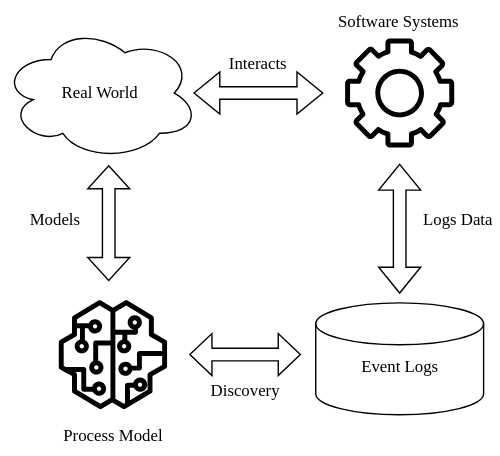
The draw.io diagram figure_generation/figures/general_pm_fig.drawio.svg in jaxels20/GNN-proces-discovery, before a commit. Source tidied: cells renumbered, new cells last; positions are measured from the earlier drawing's top-left corner, leaving out a move shared by most shapes. The source it was exported from:
```xml
<mxGraphModel background="#FFFFFF">
  <root>
    <mxCell id="0" />
    <mxCell id="1" parent="0" />
    <mxCell id="2" style="ellipse;shape=cloud;whiteSpace=wrap;html=1;fillColor=none;strokeColor=#000000;fontColor=#FFFFFF;" parent="1" vertex="1">
      <mxGeometry x="-0.5" y="18" width="141" height="96" as="geometry" />
    </mxCell>
    <mxCell id="3" style="shape=cylinder3;whiteSpace=wrap;html=1;boundedLbl=1;backgroundOutline=1;size=15;fillColor=#FFFFFF;strokeColor=#000000;" parent="1" vertex="1">
      <mxGeometry x="224" y="216" width="120" height="80" as="geometry" />
    </mxCell>
    <mxCell id="4" value="Real World" style="text;html=1;align=center;verticalAlign=middle;whiteSpace=wrap;rounded=0;fontColor=#000000;fontFamily=Times New Roman;" parent="1" vertex="1">
      <mxGeometry x="35" y="51" width="70" height="30" as="geometry" />
    </mxCell>
    <mxCell id="5" value="&lt;font&gt;Software Systems&lt;/font&gt;" style="text;html=1;align=center;verticalAlign=middle;whiteSpace=wrap;rounded=0;strokeColor=none;fontColor=#000000;fontFamily=Times New Roman;" parent="1" vertex="1">
      <mxGeometry x="237" width="93" height="30" as="geometry" />
    </mxCell>
    <mxCell id="6" value="Event Logs" style="text;html=1;align=center;verticalAlign=middle;whiteSpace=wrap;rounded=0;fontColor=#000000;fontFamily=Times New Roman;" parent="1" vertex="1">
      <mxGeometry x="248.5" y="247" width="71" height="30" as="geometry" />
    </mxCell>
    <mxCell id="7" style="sketch=0;fontColor=#232F3E;gradientColor=none;fillColor=#000000;strokeColor=#000000;dashed=0;verticalLabelPosition=bottom;verticalAlign=top;align=center;html=1;fontSize=12;fontStyle=0;shape=mxgraph.aws4.gear;" parent="1" vertex="1">
      <mxGeometry x="245" y="27" width="78" height="78" as="geometry" />
    </mxCell>
    <mxCell id="8" style="sketch=0;fontColor=#232F3E;gradientColor=none;fillColor=#000000;strokeColor=none;dashed=0;verticalLabelPosition=bottom;verticalAlign=top;align=center;html=1;fontSize=12;fontStyle=0;shape=mxgraph.aws4.sagemaker_model;" parent="1" vertex="1">
      <mxGeometry x="40" y="214" width="78" height="78" as="geometry" />
    </mxCell>
    <mxCell id="9" value="Process Model" style="text;html=1;align=center;verticalAlign=middle;whiteSpace=wrap;rounded=0;fontColor=#000000;fontFamily=Times New Roman;" parent="1" vertex="1">
      <mxGeometry x="31.5" y="296" width="95" height="30" as="geometry" />
    </mxCell>
    <mxCell id="10" value="Interacts" style="text;html=1;align=center;verticalAlign=middle;whiteSpace=wrap;rounded=0;fontColor=#000000;fontFamily=Times New Roman;" parent="1" vertex="1">
      <mxGeometry x="153" y="30" width="60" height="30" as="geometry" />
    </mxCell>
    <mxCell id="11" style="shape=doubleArrow;whiteSpace=wrap;html=1;fillColor=none;strokeColor=#000000;" parent="1" vertex="1">
      <mxGeometry x="137" y="51" width="92" height="30" as="geometry" />
    </mxCell>
    <mxCell id="12" style="shape=doubleArrow;whiteSpace=wrap;html=1;rotation=90;" parent="1" vertex="1">
      <mxGeometry x="238" y="148" width="92" height="30" as="geometry" />
    </mxCell>
    <mxCell id="13" style="shape=doubleArrow;whiteSpace=wrap;html=1;" parent="1" vertex="1">
      <mxGeometry x="134" y="238" width="79" height="30" as="geometry" />
    </mxCell>
    <mxCell id="14" style="shape=doubleArrow;whiteSpace=wrap;html=1;rotation=90;" parent="1" vertex="1">
      <mxGeometry x="35" y="144" width="82" height="30" as="geometry" />
    </mxCell>
    <mxCell id="15" value="Logs Data" style="text;html=1;align=center;verticalAlign=middle;whiteSpace=wrap;rounded=0;fontColor=#000000;rotation=0;fontFamily=Times New Roman;" parent="1" vertex="1">
      <mxGeometry x="296" y="142" width="60" height="30" as="geometry" />
    </mxCell>
    <mxCell id="16" value="Discovery" style="text;html=1;align=center;verticalAlign=middle;whiteSpace=wrap;rounded=0;fontColor=#000000;fontFamily=Times New Roman;" parent="1" vertex="1">
      <mxGeometry x="143.5" y="264" width="60" height="30" as="geometry" />
    </mxCell>
    <mxCell id="17" value="Models" style="text;html=1;align=center;verticalAlign=middle;whiteSpace=wrap;rounded=0;fontColor=#000000;fontFamily=Times New Roman;" parent="1" vertex="1">
      <mxGeometry x="8" y="142" width="60" height="30" as="geometry" />
    </mxCell>
  </root>
</mxGraphModel>
```
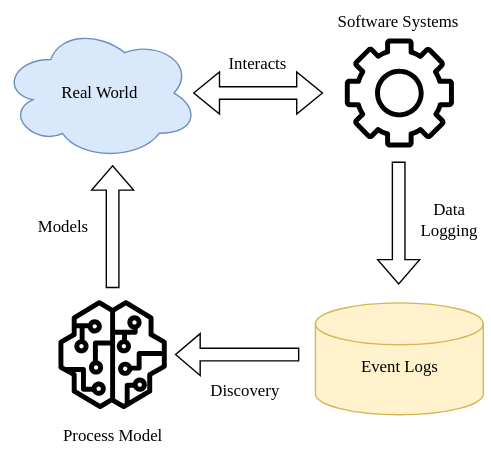
The same diagram one commit later.

The edit, as a diff of the source:
```diff
@@ -2,10 +2,10 @@
   <root>
     <mxCell id="0" />
     <mxCell id="1" parent="0" />
-    <mxCell id="2" style="ellipse;shape=cloud;whiteSpace=wrap;html=1;fillColor=none;strokeColor=#000000;fontColor=#FFFFFF;" parent="1" vertex="1">
+    <mxCell id="2" style="ellipse;shape=cloud;whiteSpace=wrap;html=1;fillColor=#dae8fc;strokeColor=#6c8ebf;" parent="1" vertex="1">
       <mxGeometry x="-0.5" y="18" width="141" height="96" as="geometry" />
     </mxCell>
-    <mxCell id="3" style="shape=cylinder3;whiteSpace=wrap;html=1;boundedLbl=1;backgroundOutline=1;size=15;fillColor=#FFFFFF;strokeColor=#000000;" parent="1" vertex="1">
+    <mxCell id="3" style="shape=cylinder3;whiteSpace=wrap;html=1;boundedLbl=1;backgroundOutline=1;size=15;fillColor=#fff2cc;strokeColor=#d6b656;" parent="1" vertex="1">
       <mxGeometry x="224" y="216" width="120" height="80" as="geometry" />
     </mxCell>
     <mxCell id="4" value="Real World" style="text;html=1;align=center;verticalAlign=middle;whiteSpace=wrap;rounded=0;fontColor=#000000;fontFamily=Times New Roman;" parent="1" vertex="1">
@@ -32,23 +32,23 @@
     <mxCell id="11" style="shape=doubleArrow;whiteSpace=wrap;html=1;fillColor=none;strokeColor=#000000;" parent="1" vertex="1">
       <mxGeometry x="137" y="51" width="92" height="30" as="geometry" />
     </mxCell>
-    <mxCell id="12" style="shape=doubleArrow;whiteSpace=wrap;html=1;rotation=90;" parent="1" vertex="1">
-      <mxGeometry x="238" y="148" width="92" height="30" as="geometry" />
-    </mxCell>
-    <mxCell id="13" style="shape=doubleArrow;whiteSpace=wrap;html=1;" parent="1" vertex="1">
-      <mxGeometry x="134" y="238" width="79" height="30" as="geometry" />
-    </mxCell>
-    <mxCell id="14" style="shape=doubleArrow;whiteSpace=wrap;html=1;rotation=90;" parent="1" vertex="1">
-      <mxGeometry x="35" y="144" width="82" height="30" as="geometry" />
-    </mxCell>
-    <mxCell id="15" value="Logs Data" style="text;html=1;align=center;verticalAlign=middle;whiteSpace=wrap;rounded=0;fontColor=#000000;rotation=0;fontFamily=Times New Roman;" parent="1" vertex="1">
-      <mxGeometry x="296" y="142" width="60" height="30" as="geometry" />
+    <mxCell id="15" value="Data Logging" style="text;html=1;align=center;verticalAlign=middle;whiteSpace=wrap;rounded=0;fontColor=#000000;rotation=0;fontFamily=Times New Roman;" parent="1" vertex="1">
+      <mxGeometry x="290" y="142" width="60" height="30" as="geometry" />
     </mxCell>
     <mxCell id="16" value="Discovery" style="text;html=1;align=center;verticalAlign=middle;whiteSpace=wrap;rounded=0;fontColor=#000000;fontFamily=Times New Roman;" parent="1" vertex="1">
       <mxGeometry x="143.5" y="264" width="60" height="30" as="geometry" />
     </mxCell>
     <mxCell id="17" value="Models" style="text;html=1;align=center;verticalAlign=middle;whiteSpace=wrap;rounded=0;fontColor=#000000;fontFamily=Times New Roman;" parent="1" vertex="1">
-      <mxGeometry x="8" y="142" width="60" height="30" as="geometry" />
+      <mxGeometry x="14" y="146.5" width="60" height="30" as="geometry" />
     </mxCell>
+    <mxCell id="18" style="shape=singleArrow;direction=south;whiteSpace=wrap;html=1;" parent="1" vertex="1">
+      <mxGeometry x="268.5" y="115.5" width="30" height="87" as="geometry" />
+    </mxCell>
+    <mxCell id="19" style="shape=singleArrow;direction=west;whiteSpace=wrap;html=1;" parent="1" vertex="1">
+      <mxGeometry x="124" y="238" width="88" height="30" as="geometry" />
+    </mxCell>
+    <mxCell id="20" style="shape=singleArrow;direction=south;whiteSpace=wrap;html=1;rotation=-180;" parent="1" vertex="1">
+      <mxGeometry x="64" y="118" width="30" height="87" as="geometry" />
+    </mxCell>
   </root>
 </mxGraphModel>
```
